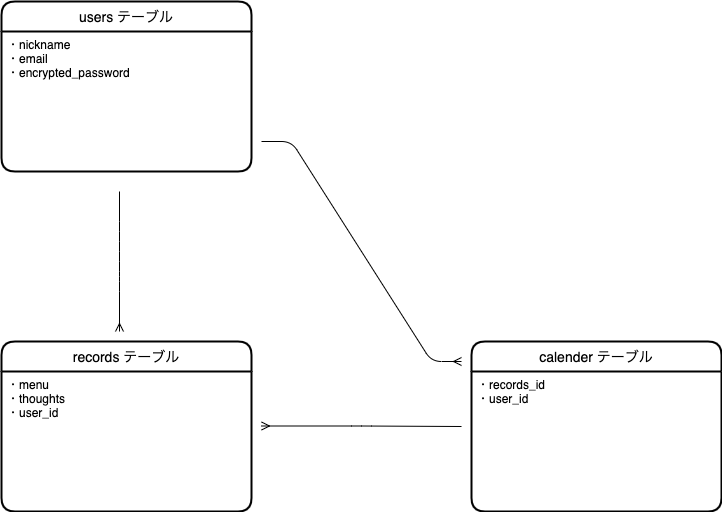
Tokusyaka/your-routine keeps this draw.io diagram as .drawio.png. Above is the earlier version. Source tidied: cells renumbered, new cells last; positions are measured from the earlier drawing's top-left corner, leaving out a move shared by most shapes. The source it was exported from:
```xml
<mxGraphModel>
  <root>
    <mxCell id="0" />
    <mxCell id="1" parent="0" />
    <mxCell id="2" value="users テーブル" style="swimlane;horizontal=1;startSize=30;rounded=1;fontSize=14;fontStyle=0;strokeWidth=2;shadow=0;dashed=0;align=center;" parent="1" vertex="1">
      <mxGeometry width="250" height="170" as="geometry" />
    </mxCell>
    <mxCell id="3" value="・nickname&#10;・email&#10;・encrypted_password" style="align=left;strokeColor=none;fillColor=none;spacingLeft=4;fontSize=12;verticalAlign=top;" parent="2" vertex="1">
      <mxGeometry y="30" width="250" height="140" as="geometry" />
    </mxCell>
    <mxCell id="4" value="records テーブル" style="swimlane;horizontal=1;startSize=30;rounded=1;fontSize=14;fontStyle=0;strokeWidth=2;shadow=0;dashed=0;align=center;" parent="1" vertex="1">
      <mxGeometry y="340" width="250" height="170" as="geometry" />
    </mxCell>
    <mxCell id="5" value="・menu&#10;・thoughts&#10;・user_id" style="align=left;strokeColor=none;fillColor=none;spacingLeft=4;fontSize=12;verticalAlign=top;" parent="4" vertex="1">
      <mxGeometry y="30" width="250" height="140" as="geometry" />
    </mxCell>
    <mxCell id="6" style="fontSize=12;html=1;endArrow=ERmany;" parent="1" edge="1">
      <mxGeometry relative="1" as="geometry">
        <mxPoint x="118" y="190" as="sourcePoint" />
        <mxPoint x="118" y="330" as="targetPoint" />
        <Array as="points">
          <mxPoint x="118" y="230" />
          <mxPoint x="118" y="260" />
          <mxPoint x="118" y="280" />
        </Array>
      </mxGeometry>
    </mxCell>
    <mxCell id="7" value="calender テーブル" style="swimlane;horizontal=1;startSize=30;rounded=1;fontSize=14;fontStyle=0;strokeWidth=2;shadow=0;dashed=0;align=center;" parent="1" vertex="1">
      <mxGeometry x="470" y="340" width="250" height="170" as="geometry" />
    </mxCell>
    <mxCell id="8" value="・records_id&#10;・user_id" style="align=left;strokeColor=none;fillColor=none;spacingLeft=4;fontSize=12;verticalAlign=top;" parent="7" vertex="1">
      <mxGeometry y="30" width="250" height="140" as="geometry" />
    </mxCell>
    <mxCell id="9" style="fontSize=12;html=1;endArrow=ERmany;" parent="1" edge="1">
      <mxGeometry relative="1" as="geometry">
        <mxPoint x="460" y="425" as="sourcePoint" />
        <mxPoint x="260" y="424.5" as="targetPoint" />
        <Array as="points">
          <mxPoint x="360" y="424.5" />
        </Array>
      </mxGeometry>
    </mxCell>
    <mxCell id="10" style="edgeStyle=entityRelationEdgeStyle;fontSize=12;html=1;endArrow=ERmany;" parent="1" edge="1">
      <mxGeometry relative="1" as="geometry">
        <mxPoint x="260" y="140" as="sourcePoint" />
        <mxPoint x="460" y="360" as="targetPoint" />
      </mxGeometry>
    </mxCell>
  </root>
</mxGraphModel>
```
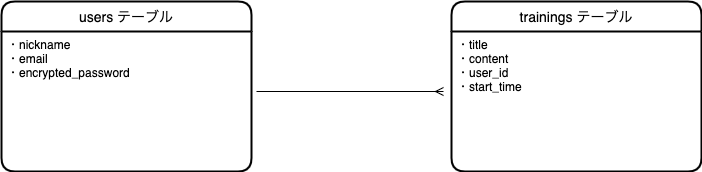
The same diagram one commit later.

What changed in the source:
```diff
@@ -3,48 +3,22 @@
     <mxCell id="0" />
     <mxCell id="1" parent="0" />
     <mxCell id="2" value="users テーブル" style="swimlane;horizontal=1;startSize=30;rounded=1;fontSize=14;fontStyle=0;strokeWidth=2;shadow=0;dashed=0;align=center;" parent="1" vertex="1">
-      <mxGeometry width="250" height="170" as="geometry" />
+      <mxGeometry x="-10" y="170" width="250" height="170" as="geometry" />
     </mxCell>
     <mxCell id="3" value="・nickname&#10;・email&#10;・encrypted_password" style="align=left;strokeColor=none;fillColor=none;spacingLeft=4;fontSize=12;verticalAlign=top;" parent="2" vertex="1">
       <mxGeometry y="30" width="250" height="140" as="geometry" />
     </mxCell>
-    <mxCell id="4" value="records テーブル" style="swimlane;horizontal=1;startSize=30;rounded=1;fontSize=14;fontStyle=0;strokeWidth=2;shadow=0;dashed=0;align=center;" parent="1" vertex="1">
-      <mxGeometry y="340" width="250" height="170" as="geometry" />
+    <mxCell id="4" value="trainings テーブル" style="swimlane;horizontal=1;startSize=30;rounded=1;fontSize=14;fontStyle=0;strokeWidth=2;shadow=0;dashed=0;align=center;" parent="1" vertex="1">
+      <mxGeometry x="440" y="170" width="250" height="170" as="geometry" />
     </mxCell>
-    <mxCell id="5" value="・menu&#10;・thoughts&#10;・user_id" style="align=left;strokeColor=none;fillColor=none;spacingLeft=4;fontSize=12;verticalAlign=top;" parent="4" vertex="1">
+    <mxCell id="5" value="・title&#10;・content&#10;・user_id&#10;・start_time" style="align=left;strokeColor=none;fillColor=none;spacingLeft=4;fontSize=12;verticalAlign=top;" parent="4" vertex="1">
       <mxGeometry y="30" width="250" height="140" as="geometry" />
     </mxCell>
     <mxCell id="6" style="fontSize=12;html=1;endArrow=ERmany;" parent="1" edge="1">
       <mxGeometry relative="1" as="geometry">
-        <mxPoint x="118" y="190" as="sourcePoint" />
-        <mxPoint x="118" y="330" as="targetPoint" />
-        <Array as="points">
-          <mxPoint x="118" y="230" />
-          <mxPoint x="118" y="260" />
-          <mxPoint x="118" y="280" />
-        </Array>
+        <mxPoint x="245" y="260" as="sourcePoint" />
+        <mxPoint x="432" y="260" as="targetPoint" />
       </mxGeometry>
     </mxCell>
-    <mxCell id="7" value="calender テーブル" style="swimlane;horizontal=1;startSize=30;rounded=1;fontSize=14;fontStyle=0;strokeWidth=2;shadow=0;dashed=0;align=center;" parent="1" vertex="1">
-      <mxGeometry x="470" y="340" width="250" height="170" as="geometry" />
-    </mxCell>
-    <mxCell id="8" value="・records_id&#10;・user_id" style="align=left;strokeColor=none;fillColor=none;spacingLeft=4;fontSize=12;verticalAlign=top;" parent="7" vertex="1">
-      <mxGeometry y="30" width="250" height="140" as="geometry" />
-    </mxCell>
-    <mxCell id="9" style="fontSize=12;html=1;endArrow=ERmany;" parent="1" edge="1">
-      <mxGeometry relative="1" as="geometry">
-        <mxPoint x="460" y="425" as="sourcePoint" />
-        <mxPoint x="260" y="424.5" as="targetPoint" />
-        <Array as="points">
-          <mxPoint x="360" y="424.5" />
-        </Array>
-      </mxGeometry>
-    </mxCell>
-    <mxCell id="10" style="edgeStyle=entityRelationEdgeStyle;fontSize=12;html=1;endArrow=ERmany;" parent="1" edge="1">
-      <mxGeometry relative="1" as="geometry">
-        <mxPoint x="260" y="140" as="sourcePoint" />
-        <mxPoint x="460" y="360" as="targetPoint" />
-      </mxGeometry>
-    </mxCell>
   </root>
 </mxGraphModel>
```
